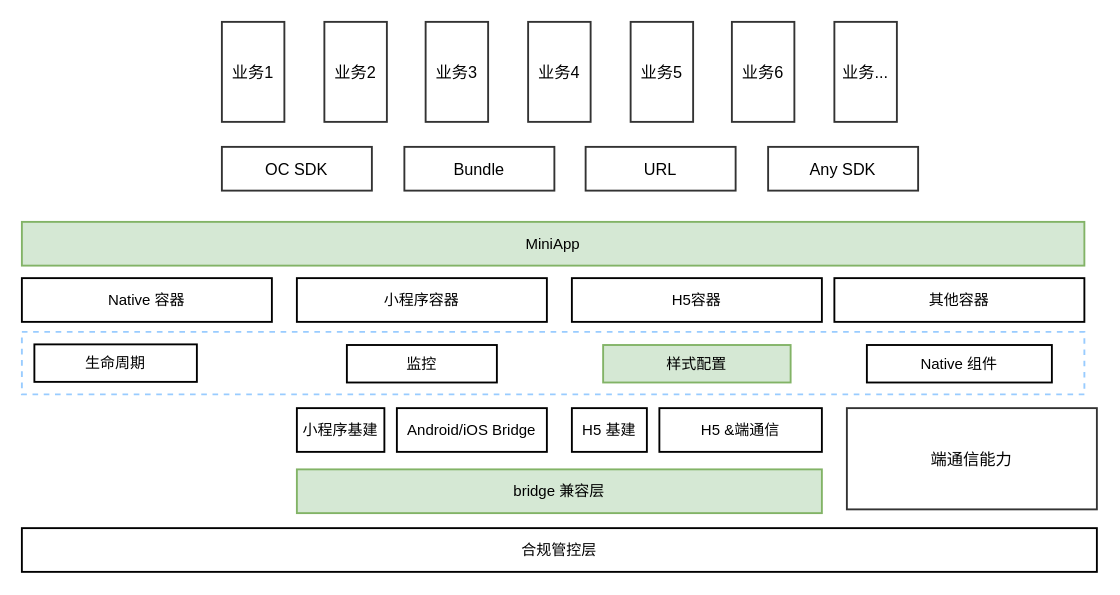
Earlier version of the draw.io diagram page "展望" (7 of 9) of 容器化架构.drawio (ashen-23/DrawIORepo). Source tidied: cells renumbered, new cells numbered last; positions are measured from the earlier drawing's top-left corner, leaving out a move shared by most shapes. Both pictures are drawn from the tidied source at 125%, with x=0, y=0 at pixel (21, 21).
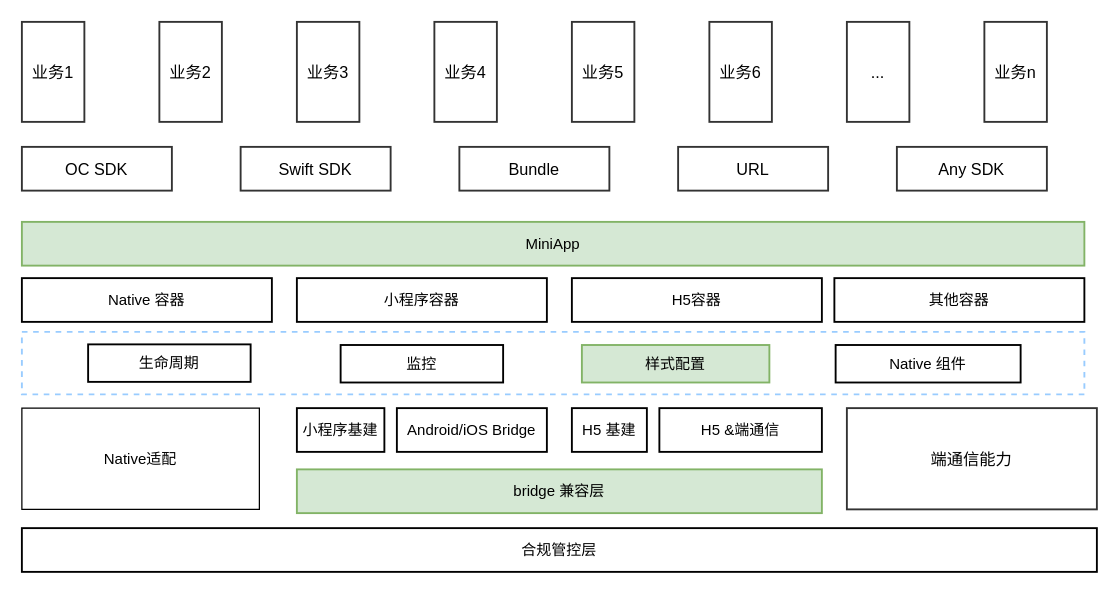
The same diagram, later.

Change to the diagram source:
```diff
@@
     <mxCell id="10" value="生命周期" style="whiteSpace=wrap;html=1;strokeWidth=1.5;" parent="1" vertex="1">
-      <mxGeometry x="10" y="258" width="130" height="30" as="geometry" />
+      <mxGeometry x="53" y="258" width="130" height="30" as="geometry" />
     </mxCell>
     <mxCell id="11" value="监控" style="whiteSpace=wrap;html=1;strokeWidth=1.5;" parent="1" vertex="1">
-      <mxGeometry x="260" y="258.5" width="120" height="30" as="geometry" />
+      <mxGeometry x="255" y="258.5" width="130" height="30" as="geometry" />
     </mxCell>
     <mxCell id="12" value="样式配置" style="whiteSpace=wrap;html=1;strokeWidth=1.5;fillColor=#d5e8d4;strokeColor=#82b366;" parent="1" vertex="1">
-      <mxGeometry x="465" y="258.5" width="150" height="30" as="geometry" />
+      <mxGeometry x="448" y="258.5" width="150" height="30" as="geometry" />
     </mxCell>
     <mxCell id="13" value="Native 组件" style="whiteSpace=wrap;html=1;strokeWidth=1.5;" parent="1" vertex="1">
-      <mxGeometry x="676" y="258.5" width="148" height="30" as="geometry" />
+      <mxGeometry x="651" y="258.5" width="148" height="30" as="geometry" />
     </mxCell>
@@
     <mxCell id="19" value="OC SDK" style="whiteSpace=wrap;html=1;rounded=0;shadow=0;glass=0;strokeColor=#333333;strokeWidth=1.5;fontSize=13;fontColor=#000000;fillColor=none;gradientColor=none;" parent="1" vertex="1">
-      <mxGeometry x="160" y="100" width="120" height="35" as="geometry" />
+      <mxGeometry y="100" width="120" height="35" as="geometry" />
     </mxCell>
     <mxCell id="20" value="Bundle" style="whiteSpace=wrap;html=1;rounded=0;shadow=0;glass=0;strokeColor=#333333;strokeWidth=1.5;fontSize=13;fontColor=#000000;fillColor=none;gradientColor=none;" parent="1" vertex="1">
-      <mxGeometry x="306" y="100" width="120" height="35" as="geometry" />
+      <mxGeometry x="350" y="100" width="120" height="35" as="geometry" />
     </mxCell>
     <mxCell id="21" value="URL" style="whiteSpace=wrap;html=1;rounded=0;shadow=0;glass=0;strokeColor=#333333;strokeWidth=1.5;fontSize=13;fontColor=#000000;fillColor=none;gradientColor=none;" parent="1" vertex="1">
-      <mxGeometry x="451" y="100" width="120" height="35" as="geometry" />
+      <mxGeometry x="525" y="100" width="120" height="35" as="geometry" />
     </mxCell>
     <mxCell id="22" value="Any SDK" style="whiteSpace=wrap;html=1;rounded=0;shadow=0;glass=0;strokeColor=#333333;strokeWidth=1.5;fontSize=13;fontColor=#000000;fillColor=none;gradientColor=none;" parent="1" vertex="1">
-      <mxGeometry x="597" y="100" width="120" height="35" as="geometry" />
+      <mxGeometry x="700" y="100" width="120" height="35" as="geometry" />
     </mxCell>
     <mxCell id="23" value="业务1" style="whiteSpace=wrap;html=1;rounded=0;shadow=0;glass=0;strokeColor=#333333;strokeWidth=1.5;fontSize=13;fontColor=#000000;fillColor=none;gradientColor=none;" parent="1" vertex="1">
-      <mxGeometry x="160" width="50" height="80" as="geometry" />
+      <mxGeometry width="50" height="80" as="geometry" />
     </mxCell>
     <mxCell id="24" value="业务2" style="whiteSpace=wrap;html=1;rounded=0;shadow=0;glass=0;strokeColor=#333333;strokeWidth=1.5;fontSize=13;fontColor=#000000;fillColor=none;gradientColor=none;" parent="1" vertex="1">
-      <mxGeometry x="242" width="50" height="80" as="geometry" />
+      <mxGeometry x="110" width="50" height="80" as="geometry" />
     </mxCell>
     <mxCell id="25" value="业务3" style="whiteSpace=wrap;html=1;rounded=0;shadow=0;glass=0;strokeColor=#333333;strokeWidth=1.5;fontSize=13;fontColor=#000000;fillColor=none;gradientColor=none;" parent="1" vertex="1">
-      <mxGeometry x="323" width="50" height="80" as="geometry" />
+      <mxGeometry x="220" width="50" height="80" as="geometry" />
     </mxCell>
     <mxCell id="26" value="业务4" style="whiteSpace=wrap;html=1;rounded=0;shadow=0;glass=0;strokeColor=#333333;strokeWidth=1.5;fontSize=13;fontColor=#000000;fillColor=none;gradientColor=none;" parent="1" vertex="1">
-      <mxGeometry x="405" width="50" height="80" as="geometry" />
+      <mxGeometry x="330" width="50" height="80" as="geometry" />
     </mxCell>
     <mxCell id="27" value="业务5" style="whiteSpace=wrap;html=1;rounded=0;shadow=0;glass=0;strokeColor=#333333;strokeWidth=1.5;fontSize=13;fontColor=#000000;fillColor=none;gradientColor=none;" parent="1" vertex="1">
-      <mxGeometry x="487" width="50" height="80" as="geometry" />
+      <mxGeometry x="440" width="50" height="80" as="geometry" />
     </mxCell>
     <mxCell id="28" value="业务6" style="whiteSpace=wrap;html=1;rounded=0;shadow=0;glass=0;strokeColor=#333333;strokeWidth=1.5;fontSize=13;fontColor=#000000;fillColor=none;gradientColor=none;" parent="1" vertex="1">
-      <mxGeometry x="568" width="50" height="80" as="geometry" />
+      <mxGeometry x="550" width="50" height="80" as="geometry" />
     </mxCell>
-    <mxCell id="29" value="业务..." style="whiteSpace=wrap;html=1;rounded=0;shadow=0;glass=0;strokeColor=#333333;strokeWidth=1.5;fontSize=13;fontColor=#000000;fillColor=none;gradientColor=none;" parent="1" vertex="1">
-      <mxGeometry x="650" width="50" height="80" as="geometry" />
+    <mxCell id="29" value="业务n" style="whiteSpace=wrap;html=1;rounded=0;shadow=0;glass=0;strokeColor=#333333;strokeWidth=1.5;fontSize=13;fontColor=#000000;fillColor=none;gradientColor=none;" parent="1" vertex="1">
+      <mxGeometry x="770" width="50" height="80" as="geometry" />
     </mxCell>
+    <mxCell id="30" value="Swift SDK" style="whiteSpace=wrap;html=1;rounded=0;shadow=0;glass=0;strokeColor=#333333;strokeWidth=1.5;fontSize=13;fontColor=#000000;fillColor=none;gradientColor=none;" parent="1" vertex="1">
+      <mxGeometry x="175" y="100" width="120" height="35" as="geometry" />
+    </mxCell>
+    <mxCell id="31" value="..." style="whiteSpace=wrap;html=1;rounded=0;shadow=0;glass=0;strokeColor=#333333;strokeWidth=1.5;fontSize=13;fontColor=#000000;fillColor=none;gradientColor=none;" parent="1" vertex="1">
+      <mxGeometry x="660" width="50" height="80" as="geometry" />
+    </mxCell>
+    <mxCell id="32" value="Native适配" style="whiteSpace=wrap;html=1;" parent="1" vertex="1">
+      <mxGeometry y="309" width="190" height="81" as="geometry" />
+    </mxCell>
```
